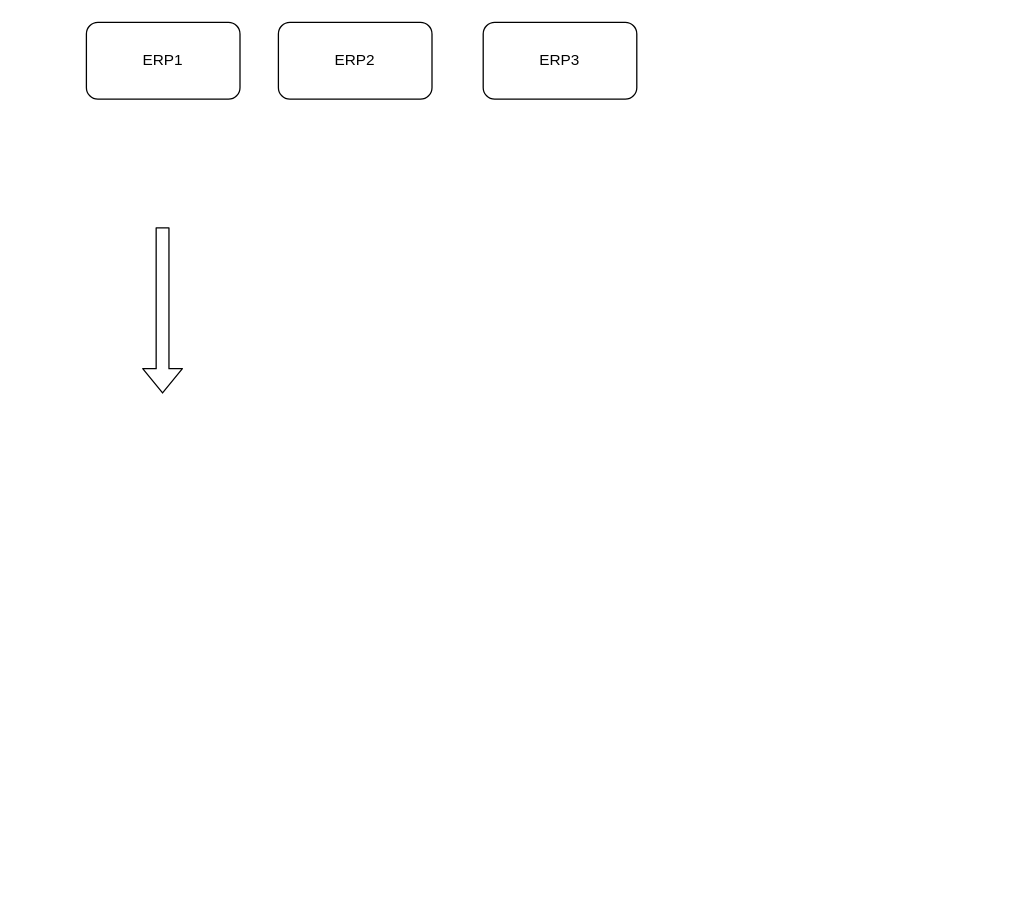
This is Untitled Diagram.drawio from hubro-xx/CRL2, a draw.io file, before an edit. Source tidied: cells renumbered, new cells numbered last; positions are measured from the earlier drawing's top-left corner, leaving out a move shared by most shapes. Both pictures are drawn from the tidied source at 128%, with x=0, y=0 at pixel (86, 22).
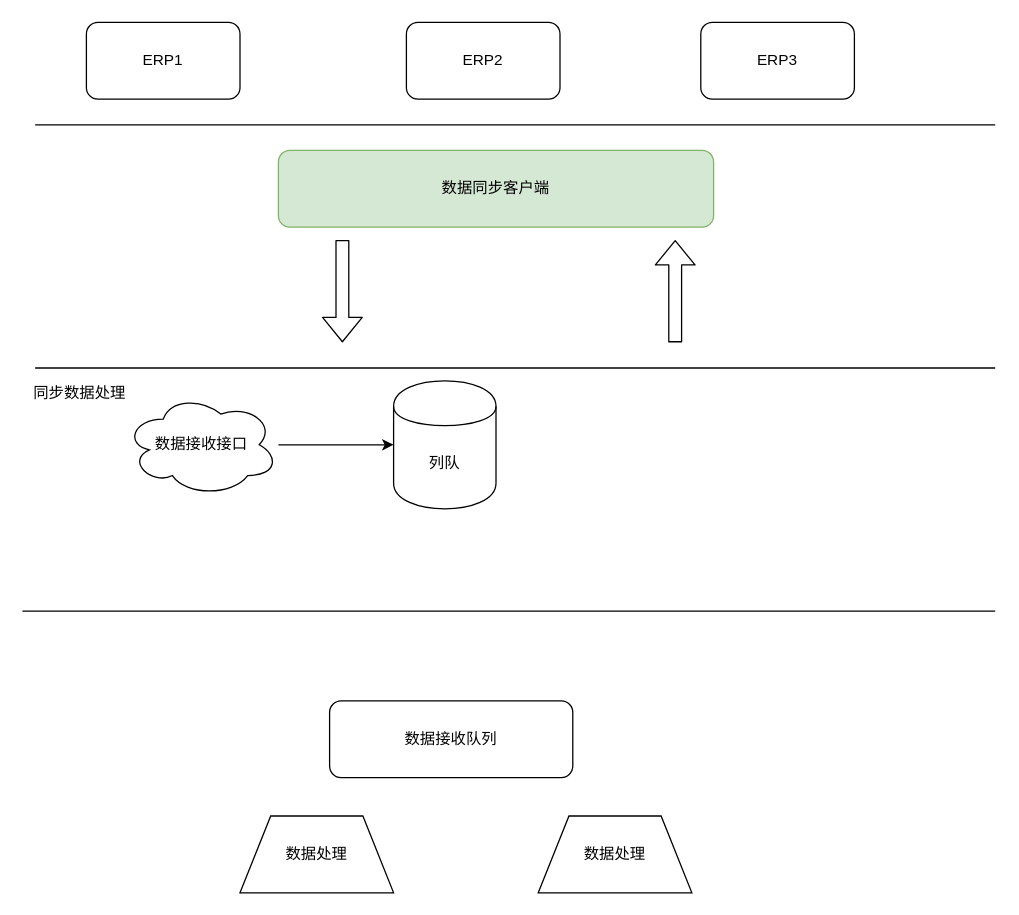
The same diagram, later.

The edit, as a diff of the source:
```diff
@@
     <mxCell id="3" value="ERP2" style="rounded=1;whiteSpace=wrap;html=1;" parent="1" vertex="1">
-      <mxGeometry x="150" width="120" height="60" as="geometry" />
+      <mxGeometry x="250" width="120" height="60" as="geometry" />
     </mxCell>
     <mxCell id="4" value="ERP3" style="rounded=1;whiteSpace=wrap;html=1;" parent="1" vertex="1">
-      <mxGeometry x="310" width="120" height="60" as="geometry" />
+      <mxGeometry x="480" width="120" height="60" as="geometry" />
     </mxCell>
     <mxCell id="5" style="shape=flexArrow;endArrow=classic;html=1;" parent="1" edge="1">
       <mxGeometry relative="1" as="geometry">
-        <mxPoint x="59.5" y="160" as="sourcePoint" />
-        <mxPoint x="59.5" y="290" as="targetPoint" />
+        <mxPoint x="200" y="170" as="sourcePoint" />
+        <mxPoint x="200" y="250" as="targetPoint" />
       </mxGeometry>
     </mxCell>
+    <mxCell id="6" value="数据同步客户端" style="rounded=1;whiteSpace=wrap;html=1;fillColor=#d5e8d4;strokeColor=#82b366;" parent="1" vertex="1">
+      <mxGeometry x="150" y="100" width="340" height="60" as="geometry" />
+    </mxCell>
+    <mxCell id="7" style="shape=flexArrow;endArrow=classic;html=1;" parent="1" edge="1">
+      <mxGeometry relative="1" as="geometry">
+        <mxPoint x="460" y="250" as="sourcePoint" />
+        <mxPoint x="460" y="170" as="targetPoint" />
+      </mxGeometry>
+    </mxCell>
+    <mxCell id="8" value="同步数据处理" style="text;html=1;strokeColor=none;fillColor=none;align=center;verticalAlign=middle;whiteSpace=wrap;rounded=0;" parent="1" vertex="1">
+      <mxGeometry x="-50" y="280" width="90" height="20" as="geometry" />
+    </mxCell>
+    <mxCell id="9" value="数据接收队列" style="rounded=1;whiteSpace=wrap;html=1;" parent="1" vertex="1">
+      <mxGeometry x="190" y="530" width="190" height="60" as="geometry" />
+    </mxCell>
+    <mxCell id="10" style="endArrow=none;html=1;" parent="1" edge="1">
+      <mxGeometry relative="1" as="geometry">
+        <mxPoint x="-40" y="80" as="sourcePoint" />
+        <mxPoint x="710" y="80" as="targetPoint" />
+      </mxGeometry>
+    </mxCell>
+    <mxCell id="11" value="数据处理" style="shape=trapezoid;perimeter=trapezoidPerimeter;whiteSpace=wrap;html=1;" parent="1" vertex="1">
+      <mxGeometry x="120" y="620" width="120" height="60" as="geometry" />
+    </mxCell>
+    <mxCell id="12" value="数据处理" style="shape=trapezoid;perimeter=trapezoidPerimeter;whiteSpace=wrap;html=1;" parent="1" vertex="1">
+      <mxGeometry x="353" y="620" width="120" height="60" as="geometry" />
+    </mxCell>
+    <mxCell id="13" value="列队" style="shape=cylinder;whiteSpace=wrap;html=1;boundedLbl=1;backgroundOutline=1;" parent="1" vertex="1">
+      <mxGeometry x="240" y="280" width="80" height="100" as="geometry" />
+    </mxCell>
+    <mxCell id="14" value="数据接收接口" style="ellipse;shape=cloud;whiteSpace=wrap;html=1;" parent="1" vertex="1">
+      <mxGeometry x="30" y="290" width="120" height="80" as="geometry" />
+    </mxCell>
+    <mxCell id="15" style="endArrow=classic;html=1;entryX=0;entryY=0.5;entryDx=0;entryDy=0;" parent="1" edge="1" source="14" target="13">
+      <mxGeometry relative="1" as="geometry" />
+    </mxCell>
+    <mxCell id="16" style="endArrow=none;html=1;" parent="1" edge="1">
+      <mxGeometry relative="1" as="geometry">
+        <mxPoint x="-40" y="270" as="sourcePoint" />
+        <mxPoint x="710" y="270" as="targetPoint" />
+      </mxGeometry>
+    </mxCell>
+    <mxCell id="17" style="endArrow=none;html=1;" parent="1" edge="1">
+      <mxGeometry relative="1" as="geometry">
+        <mxPoint x="-50" y="460" as="sourcePoint" />
+        <mxPoint x="710" y="460" as="targetPoint" />
+      </mxGeometry>
+    </mxCell>
```
